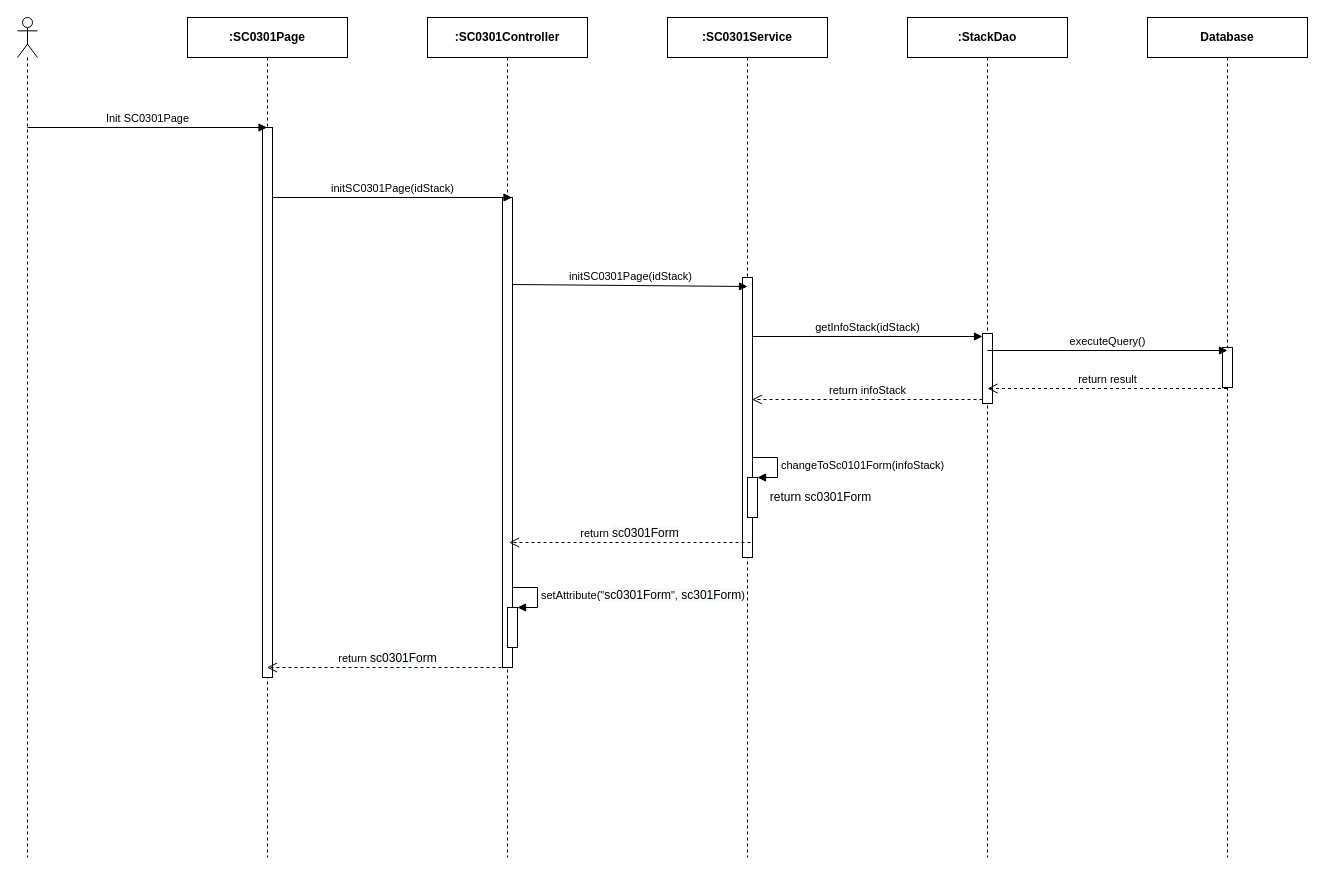
luannmdev/CapstoneDocument keeps this draw.io diagram as page "Ev01" (1 of 10) of 2. Approved/SEQ Diagram/sc03/SC0301_StackDetail.drawio. Above is the earlier version. Source tidied: cells renumbered, new cells numbered last; positions are measured from the earlier drawing's top-left corner, leaving out a move shared by most shapes. Both pictures are drawn from the tidied source at 100%, with x=0, y=0 at pixel (17, 17).
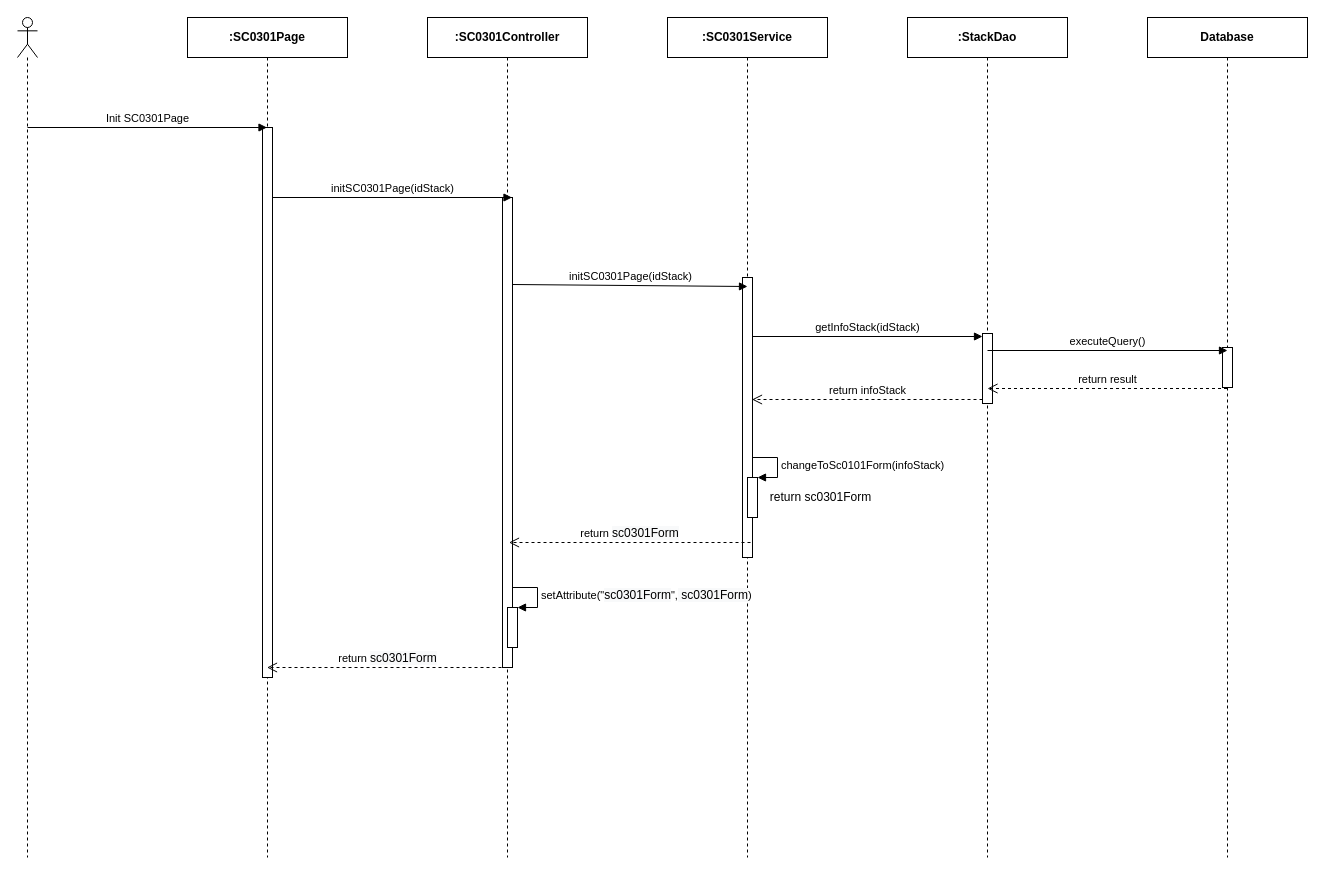
After the change.

The change refers to these unchanged cells:
```xml
<mxCell id="11" value="&lt;b&gt;:SC0301Controller&lt;/b&gt;" style="shape=umlLifeline;perimeter=lifelinePerimeter;whiteSpace=wrap;html=1;" parent="1" vertex="1">
  <mxGeometry x="410" width="160" height="840" as="geometry" />
</mxCell>
<mxCell id="13" style="html=1;points=[];perimeter=orthogonalPerimeter;" parent="11" vertex="1">
  <mxGeometry x="80" y="590" width="10" height="40" as="geometry" />
</mxCell>
```

What changed in the source:
```diff
@@
-    <mxCell id="14" value="&lt;div style=&quot;text-align: center&quot;&gt;setAttribute(&quot;&lt;span style=&quot;font-size: 12px ; text-align: center ; background-color: rgb(248 , 249 , 250)&quot;&gt;sc0301Form&lt;/span&gt;&quot;,&lt;span style=&quot;font-size: 12px ; background-color: rgb(248 , 249 , 250)&quot;&gt;&amp;nbsp;sc301Form&lt;/span&gt;)&lt;/div&gt;" style="edgeStyle=orthogonalEdgeStyle;html=1;align=left;spacingLeft=2;endArrow=block;rounded=0;entryX=1;entryY=0;" parent="11" edge="1" target="13">
+    <mxCell id="14" value="&lt;div style=&quot;text-align: center&quot;&gt;setAttribute(&quot;&lt;span style=&quot;font-size: 12px ; text-align: center ; background-color: rgb(248 , 249 , 250)&quot;&gt;sc0301Form&lt;/span&gt;&quot;,&lt;span style=&quot;font-size: 12px ; background-color: rgb(248 , 249 , 250)&quot;&gt;&amp;nbsp;sc0301Form&lt;/span&gt;)&lt;/div&gt;" style="edgeStyle=orthogonalEdgeStyle;html=1;align=left;spacingLeft=2;endArrow=block;rounded=0;entryX=1;entryY=0;" parent="11" edge="1" target="13">
       <mxGeometry relative="1" as="geometry">
         <mxPoint x="85" y="570" as="sourcePoint" />
         <Array as="points">
           <mxPoint x="110" y="570" />
         </Array>
       </mxGeometry>
     </mxCell>
```
